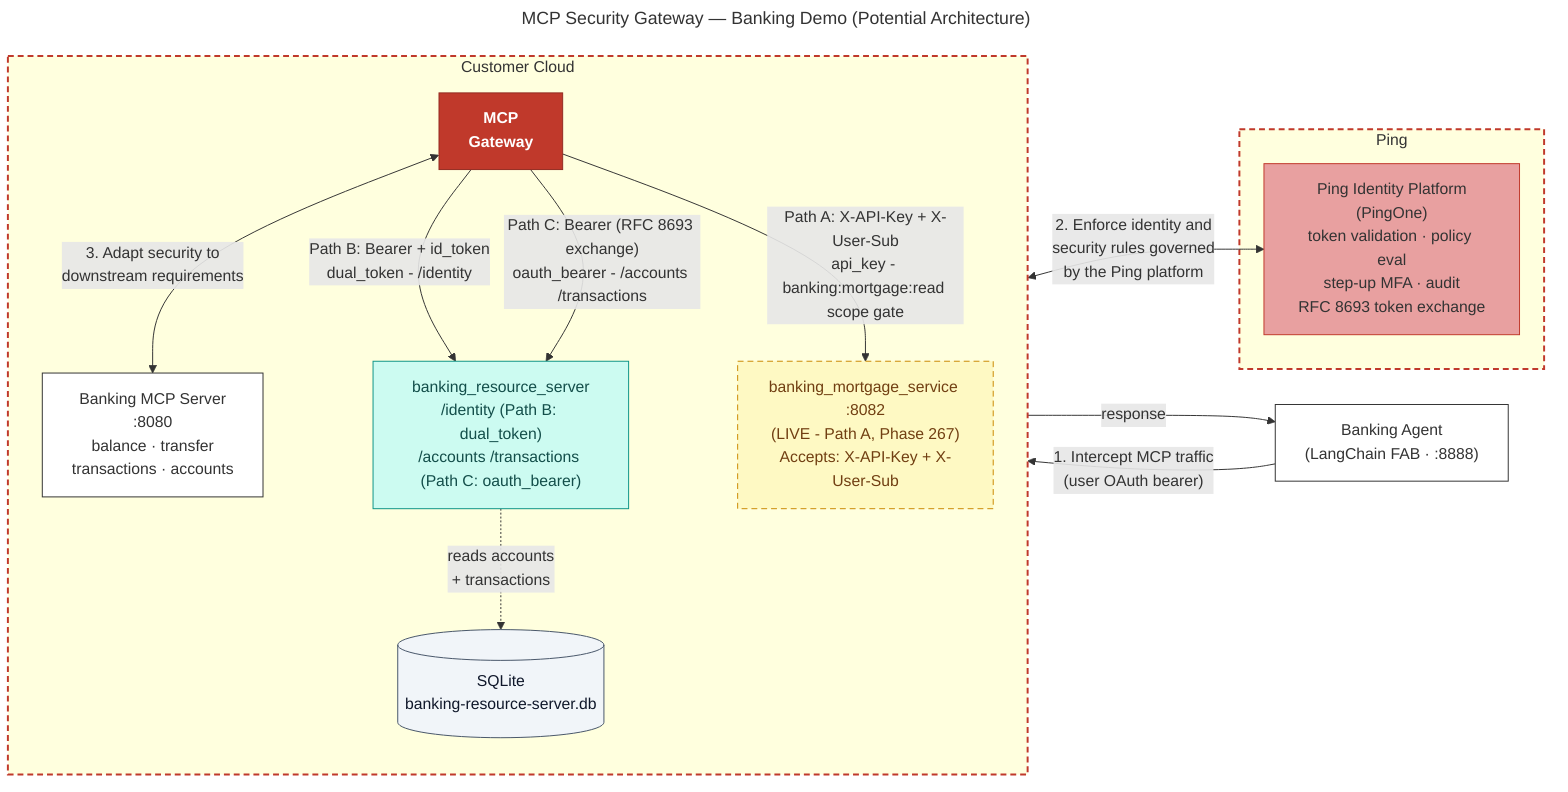
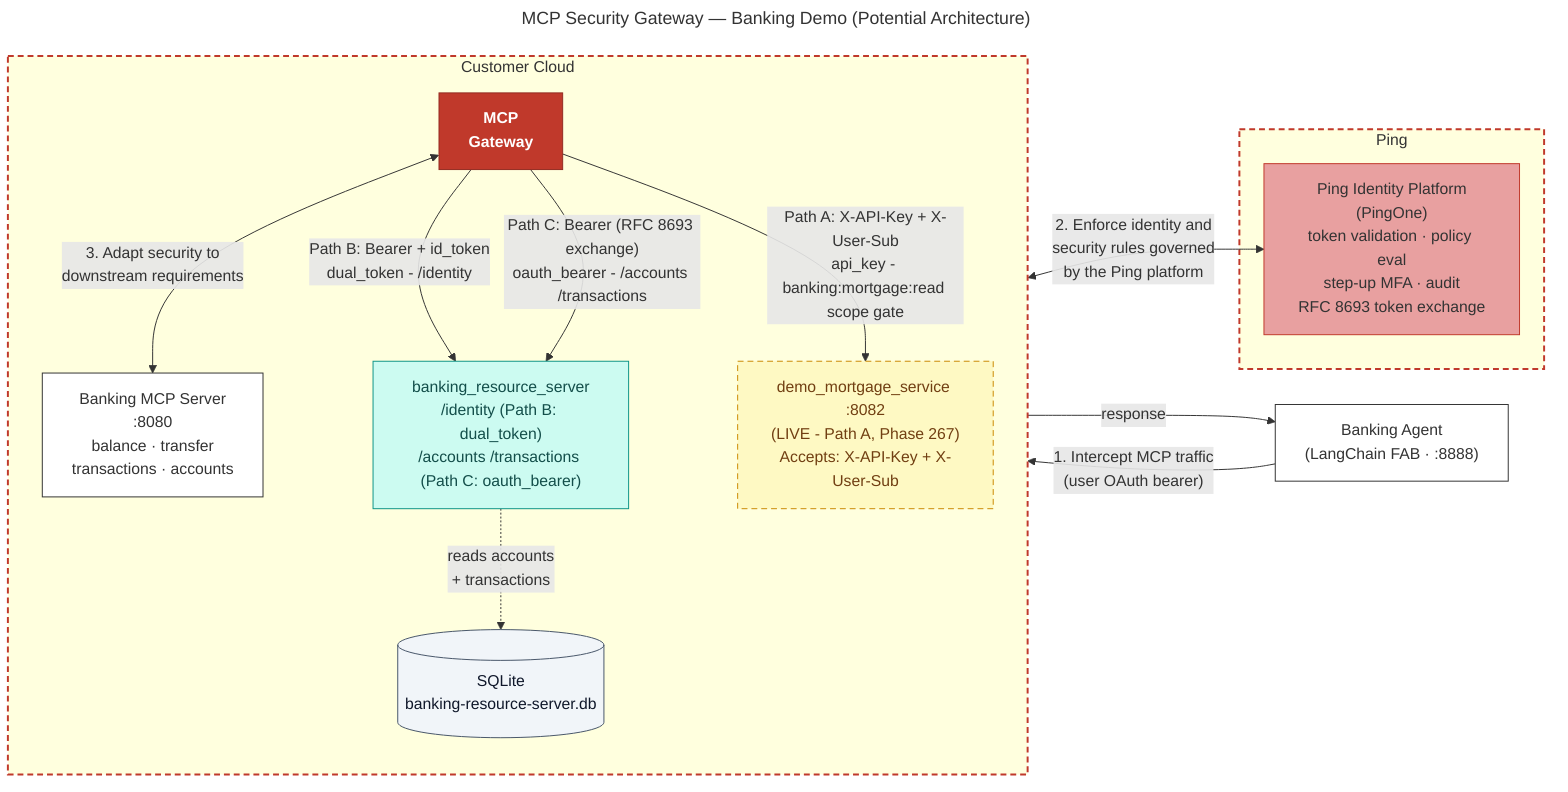
---
title: MCP Security Gateway — Banking Demo (Potential Architecture)
---
%% Phase 266 R2 (2026-05-11): One gateway, three credential mechanisms.
- %% Path A (api_key): scope gate (banking:mortgage:read); OAuth bearer dropped; X-API-Key + X-User-Sub injected; calls banking_mortgage_service :8082 (Phase 267).
+ %% Path A (api_key): scope gate (banking:mortgage:read); OAuth bearer dropped; X-API-Key + X-User-Sub injected; calls demo_mortgage_service :8082 (Phase 267).
%% Path B (dual_token): Bearer + id_token forwarded to banking_resource_server /identity.
%% Path C (oauth_bearer): RFC 8693 exchange; Bearer (new aud) to banking_resource_server /accounts /transactions (SQLite).
%% Paths B and C both reach the same banking_resource_server backend at different routes.
flowchart LR
    BANKING_AGENT["Banking Agent\n(LangChain FAB · :8888)"]

    subgraph Customer["Customer Cloud"]
        direction TB
        GATEWAY["MCP\nGateway"]
        MCP_SERVER["Banking MCP Server\n:8080\nbalance · transfer\ntransactions · accounts"]
        GATEWAY <-->|"3. Adapt security to\ndownstream requirements"| MCP_SERVER
        BANKING_RS["banking_resource_server\n/identity (Path B: dual_token)\n/accounts /transactions (Path C: oauth_bearer)"]
        SQLITE[("SQLite\nbanking-resource-server.db")]
-         API_KEY_BACKEND["banking_mortgage_service :8082\n(LIVE - Path A, Phase 267)\nAccepts: X-API-Key + X-User-Sub"]
+         API_KEY_BACKEND["demo_mortgage_service :8082\n(LIVE - Path A, Phase 267)\nAccepts: X-API-Key + X-User-Sub"]
    end

    subgraph Ping["Ping"]
        PING["Ping Identity Platform\n(PingOne)\ntoken validation · policy eval\nstep-up MFA · audit\nRFC 8693 token exchange"]
    end

    BANKING_AGENT -->|"1. Intercept MCP traffic\n(user OAuth bearer)"| GATEWAY
    GATEWAY -->|"response"| BANKING_AGENT
    GATEWAY <-->|"2. Enforce identity and\nsecurity rules governed\nby the Ping platform"| PING

    %% Phase 266 R2: Three outbound credential paths from the Gateway
    GATEWAY -->|"Path B: Bearer + id_token\ndual_token - /identity"| BANKING_RS
    GATEWAY -->|"Path C: Bearer (RFC 8693 exchange)\noauth_bearer - /accounts /transactions"| BANKING_RS
    GATEWAY -->|"Path A: X-API-Key + X-User-Sub\napi_key - banking:mortgage:read scope gate"| API_KEY_BACKEND
    BANKING_RS -.->|"reads accounts\n+ transactions"| SQLITE

    style GATEWAY fill:#c0392b,color:#fff,stroke:#922b21,font-weight:bold
    style PING fill:#e8a0a0,color:#333,stroke:#c0392b
    style BANKING_AGENT fill:#ffffff,stroke:#333
    style MCP_SERVER fill:#ffffff,stroke:#333
    style BANKING_RS fill:#ccfbf1,stroke:#0d9488,color:#134e4a
    style SQLITE fill:#f1f5f9,stroke:#475569,color:#0f172a
    style API_KEY_BACKEND fill:#fef9c3,stroke:#ca8a04,color:#713f12,stroke-dasharray: 6 4
    style Customer stroke:#c0392b,stroke-width:2px,stroke-dasharray: 6 4,color:#333
    style Ping stroke:#c0392b,stroke-width:2px,stroke-dasharray: 6 4,color:#333
